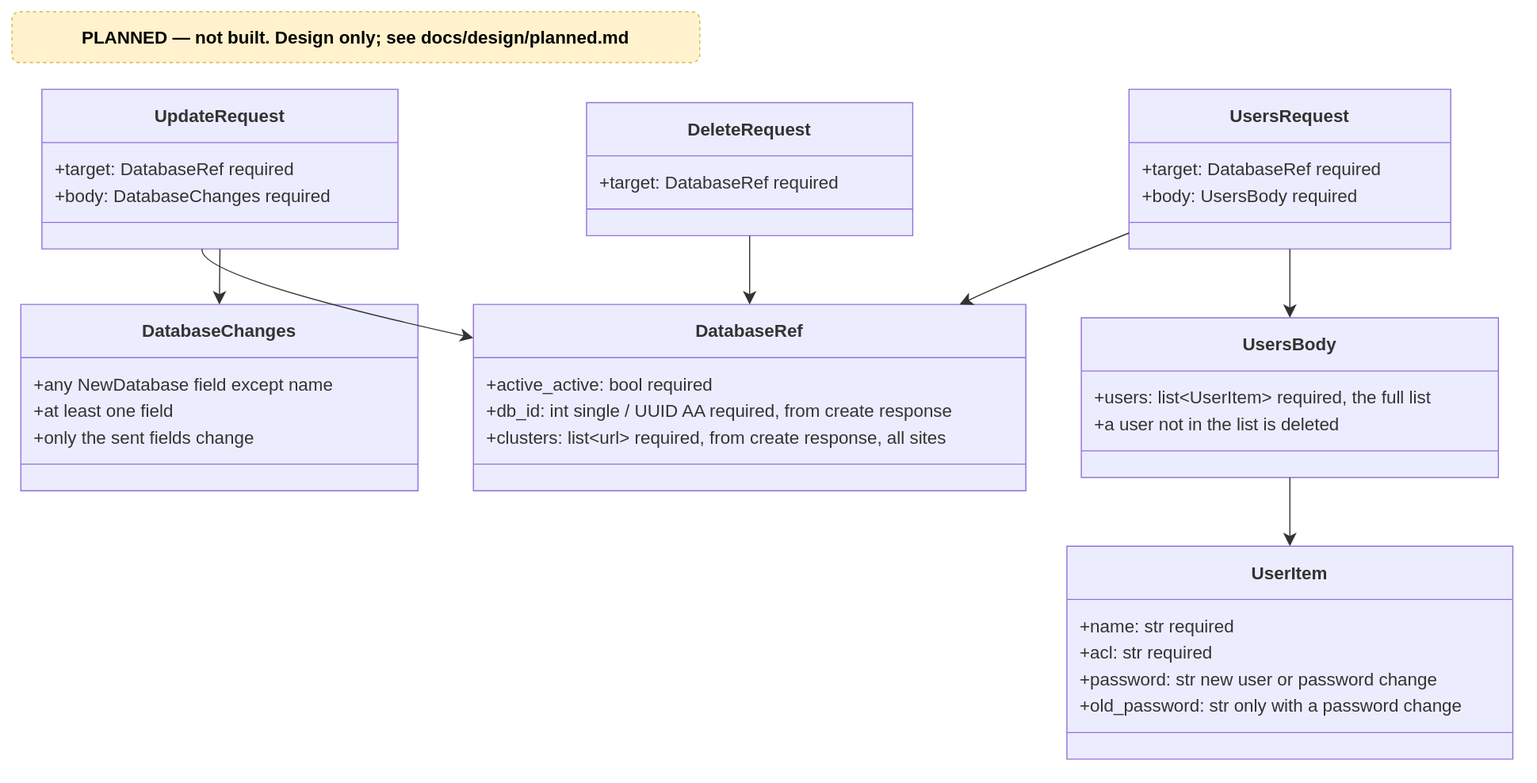
Above: docs/diagrams/planned/p6-api-models-edit.drawio.svg in EliShteinman/redis-enterprise-services (draw.io), before the change. Source tidied: cells renumbered, new cells last; positions are measured from the earlier drawing's top-left corner, leaving out a move shared by most shapes.
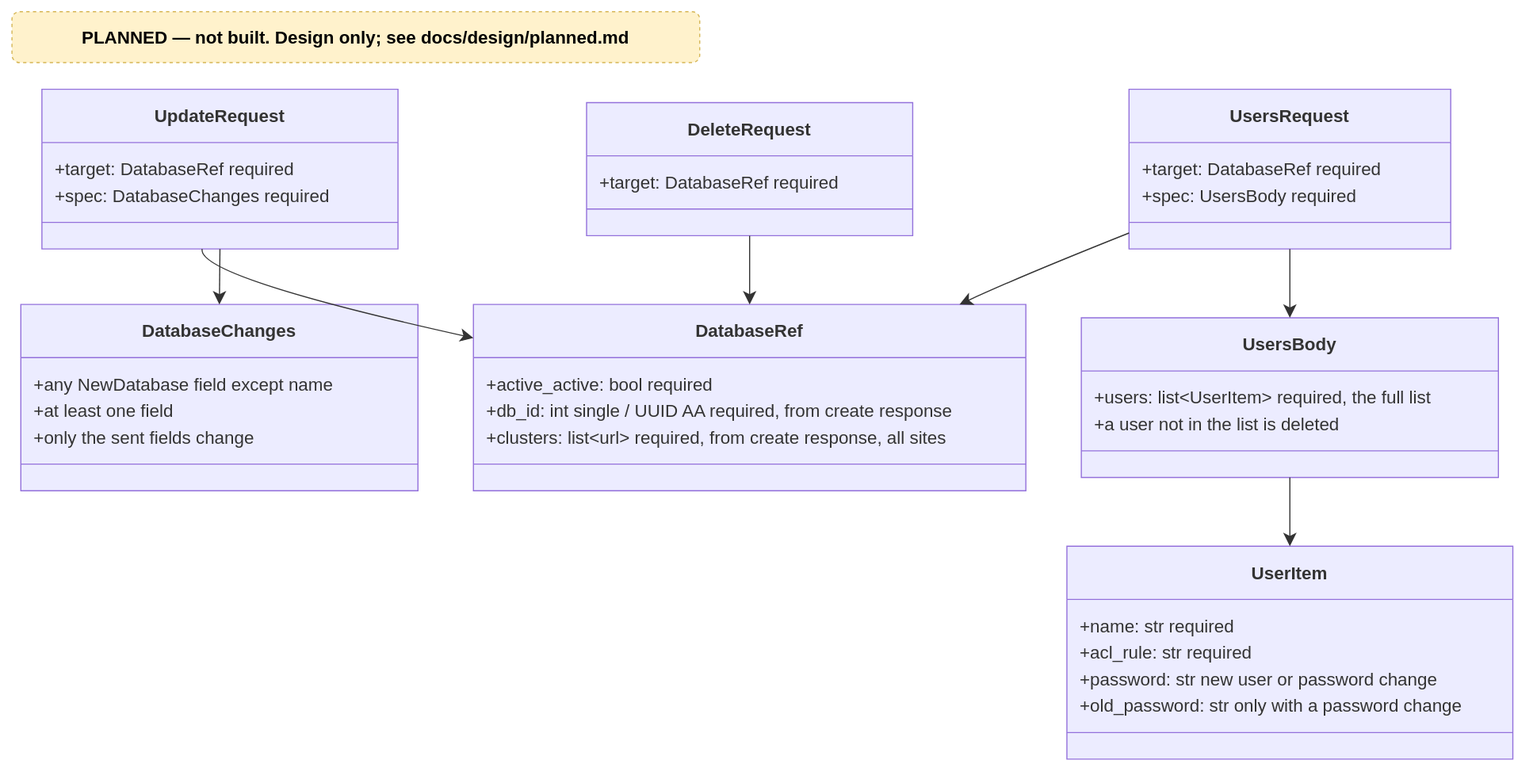
The same diagram one commit later.

The edit, as a diff of the source:
```diff
@@ -8,7 +8,7 @@
     <mxCell id="3" value="+target: DatabaseRef required" style="text;fontSize=16;strokeColor=none;fillColor=none;align=left;verticalAlign=middle;spacingLeft=10;spacingRight=12;spacingBottom=2;overflow=hidden;fontFamily=Trebuchet MS,Verdana,Arial,sans-serif;fontColor=light-dark(#333333,#cccccc);" parent="2" vertex="1">
       <mxGeometry y="60" width="321" height="24" as="geometry" />
     </mxCell>
-    <mxCell id="4" value="+body: DatabaseChanges required" style="text;fontSize=16;strokeColor=none;fillColor=none;align=left;verticalAlign=middle;spacingLeft=10;spacingRight=12;spacingBottom=2;overflow=hidden;fontFamily=Trebuchet MS,Verdana,Arial,sans-serif;fontColor=light-dark(#333333,#cccccc);" parent="2" vertex="1">
+    <mxCell id="4" value="+spec: DatabaseChanges required" style="text;fontSize=16;strokeColor=none;fillColor=none;align=left;verticalAlign=middle;spacingLeft=10;spacingRight=12;spacingBottom=2;overflow=hidden;fontFamily=Trebuchet MS,Verdana,Arial,sans-serif;fontColor=light-dark(#333333,#cccccc);" parent="2" vertex="1">
       <mxGeometry y="84" width="321" height="24" as="geometry" />
     </mxCell>
     <mxCell id="5" style="line;strokeWidth=1;fillColor=none;spacingLeft=3;spacingRight=3;strokeColor=inherit;" parent="2" vertex="1">
@@ -20,7 +20,7 @@
     <mxCell id="7" value="+target: DatabaseRef required" style="text;fontSize=16;strokeColor=none;fillColor=none;align=left;verticalAlign=middle;spacingLeft=10;spacingRight=12;spacingBottom=2;overflow=hidden;fontFamily=Trebuchet MS,Verdana,Arial,sans-serif;fontColor=light-dark(#333333,#cccccc);" parent="6" vertex="1">
       <mxGeometry y="60" width="290" height="24" as="geometry" />
     </mxCell>
-    <mxCell id="8" value="+body: UsersBody required" style="text;fontSize=16;strokeColor=none;fillColor=none;align=left;verticalAlign=middle;spacingLeft=10;spacingRight=12;spacingBottom=2;overflow=hidden;fontFamily=Trebuchet MS,Verdana,Arial,sans-serif;fontColor=light-dark(#333333,#cccccc);" parent="6" vertex="1">
+    <mxCell id="8" value="+spec: UsersBody required" style="text;fontSize=16;strokeColor=none;fillColor=none;align=left;verticalAlign=middle;spacingLeft=10;spacingRight=12;spacingBottom=2;overflow=hidden;fontFamily=Trebuchet MS,Verdana,Arial,sans-serif;fontColor=light-dark(#333333,#cccccc);" parent="6" vertex="1">
       <mxGeometry y="84" width="290" height="24" as="geometry" />
     </mxCell>
     <mxCell id="9" style="line;strokeWidth=1;fillColor=none;spacingLeft=3;spacingRight=3;strokeColor=inherit;" parent="6" vertex="1">
@@ -83,7 +83,7 @@
     <mxCell id="28" value="+name: str required" style="text;fontSize=16;strokeColor=none;fillColor=none;align=left;verticalAlign=middle;spacingLeft=10;spacingRight=12;spacingBottom=2;overflow=hidden;fontFamily=Trebuchet MS,Verdana,Arial,sans-serif;fontColor=light-dark(#333333,#cccccc);" parent="27" vertex="1">
       <mxGeometry y="60" width="402" height="24" as="geometry" />
     </mxCell>
-    <mxCell id="29" value="+acl: str required" style="text;fontSize=16;strokeColor=none;fillColor=none;align=left;verticalAlign=middle;spacingLeft=10;spacingRight=12;spacingBottom=2;overflow=hidden;fontFamily=Trebuchet MS,Verdana,Arial,sans-serif;fontColor=light-dark(#333333,#cccccc);" parent="27" vertex="1">
+    <mxCell id="29" value="+acl_rule: str required" style="text;fontSize=16;strokeColor=none;fillColor=none;align=left;verticalAlign=middle;spacingLeft=10;spacingRight=12;spacingBottom=2;overflow=hidden;fontFamily=Trebuchet MS,Verdana,Arial,sans-serif;fontColor=light-dark(#333333,#cccccc);" parent="27" vertex="1">
       <mxGeometry y="84" width="402" height="24" as="geometry" />
     </mxCell>
     <mxCell id="30" value="+password: str new user or password change" style="text;fontSize=16;strokeColor=none;fillColor=none;align=left;verticalAlign=middle;spacingLeft=10;spacingRight=12;spacingBottom=2;overflow=hidden;fontFamily=Trebuchet MS,Verdana,Arial,sans-serif;fontColor=light-dark(#333333,#cccccc);" parent="27" vertex="1">
```
